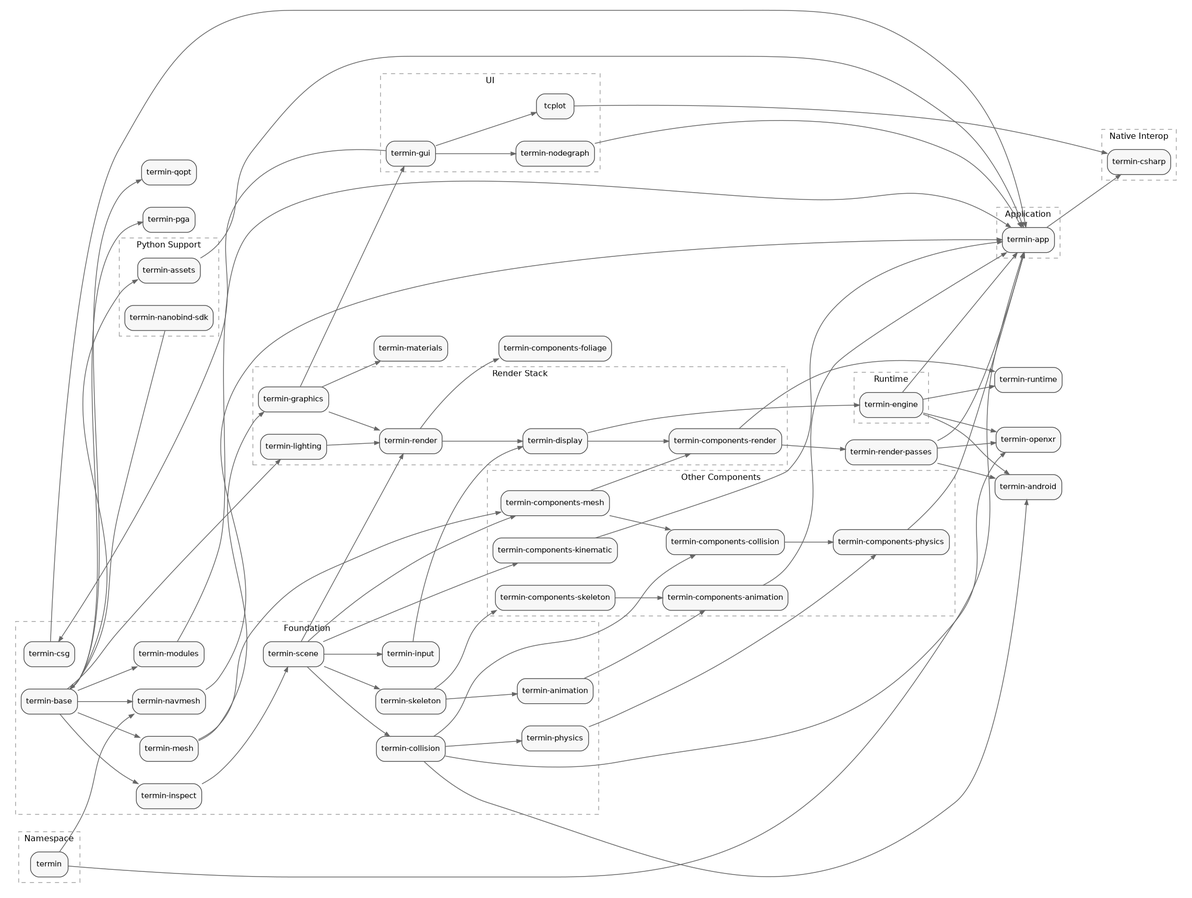
The Graphviz diagram docs/library-dependencies.png in mirmik/termin, before a commit. Its source is kept beside it as docs/library-dependencies.dot.
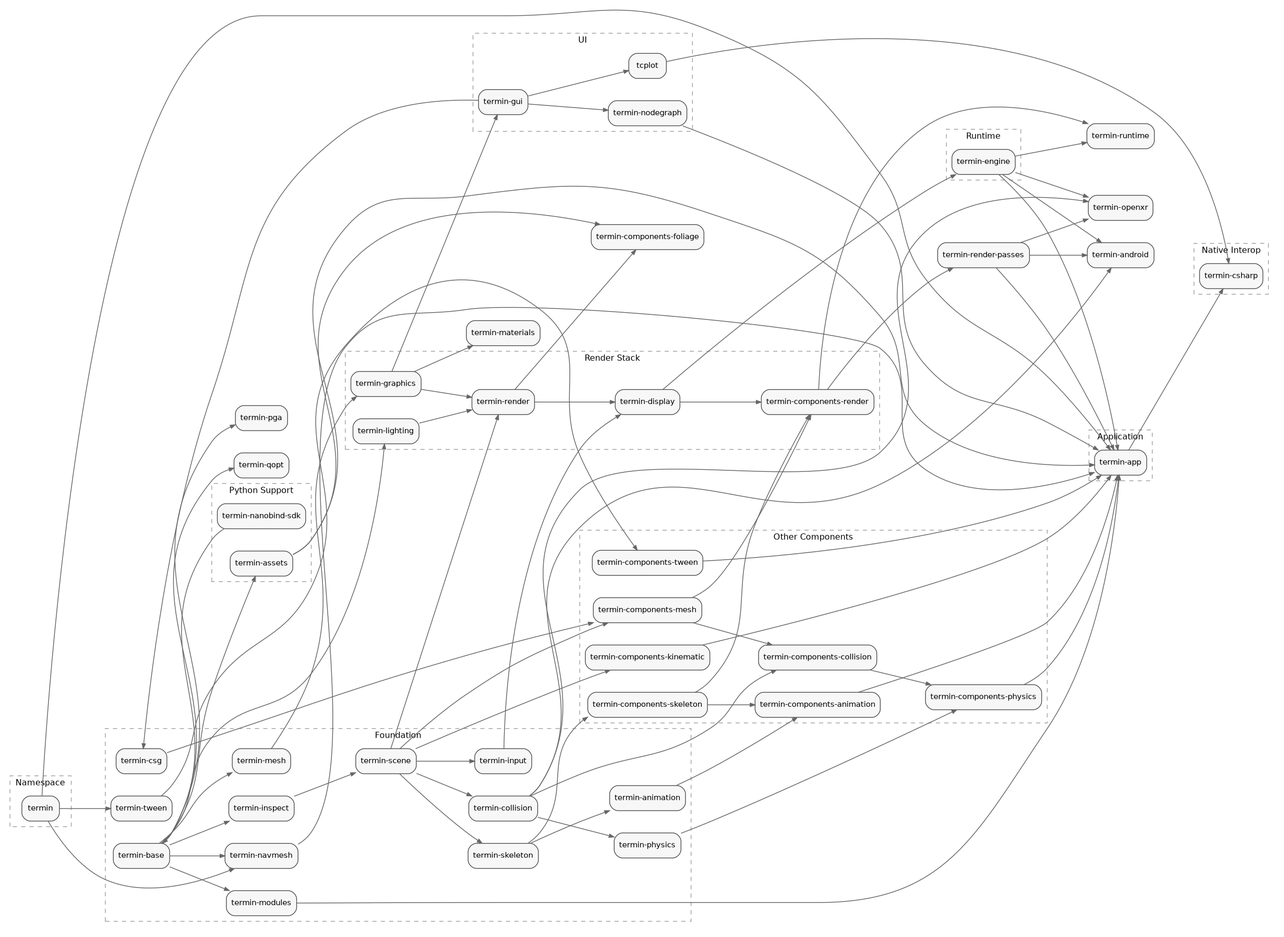
Above is the later version.

What changed in the source:
```diff
@@ -47,6 +47,7 @@
 		"termin-physics";
 		"termin-scene";
 		"termin-skeleton";
+		"termin-tween";
 	}
 
 	subgraph cluster_namespace {
@@ -79,6 +80,7 @@
 		"termin-components-mesh";
 		"termin-components-physics";
 		"termin-components-skeleton";
+		"termin-components-tween";
 	}
 
 	subgraph cluster_python_support {
@@ -144,9 +146,11 @@
 	"tcplot" -> "termin-csharp";
 	"termin" -> "termin-app";
 	"termin" -> "termin-navmesh";
+	"termin" -> "termin-tween";
 	"termin-animation" -> "termin-components-animation";
 	"termin-app" -> "termin-csharp";
 	"termin-assets" -> "termin-app";
+	"termin-assets" -> "termin-components-foliage";
 	"termin-base" -> "termin-assets";
 	"termin-base" -> "termin-inspect";
 	"termin-base" -> "termin-lighting";
@@ -168,7 +172,9 @@
 	"termin-components-render" -> "termin-render-passes";
 	"termin-components-render" -> "termin-runtime";
 	"termin-components-skeleton" -> "termin-components-animation";
-	"termin-csg" -> "termin-app";
+	"termin-components-skeleton" -> "termin-components-render";
+	"termin-components-tween" -> "termin-app";
+	"termin-csg" -> "termin-components-mesh";
 	"termin-display" -> "termin-components-render";
 	"termin-display" -> "termin-engine";
 	"termin-engine" -> "termin-android";
@@ -184,7 +190,6 @@
 	"termin-input" -> "termin-display";
 	"termin-inspect" -> "termin-scene";
 	"termin-lighting" -> "termin-render";
-	"termin-mesh" -> "termin-components-mesh";
 	"termin-mesh" -> "termin-graphics";
 	"termin-modules" -> "termin-app";
 	"termin-nanobind-sdk" -> "termin-base";
@@ -204,4 +209,5 @@
 	"termin-scene" -> "termin-skeleton";
 	"termin-skeleton" -> "termin-animation";
 	"termin-skeleton" -> "termin-components-skeleton";
+	"termin-tween" -> "termin-components-tween";
 }
```
